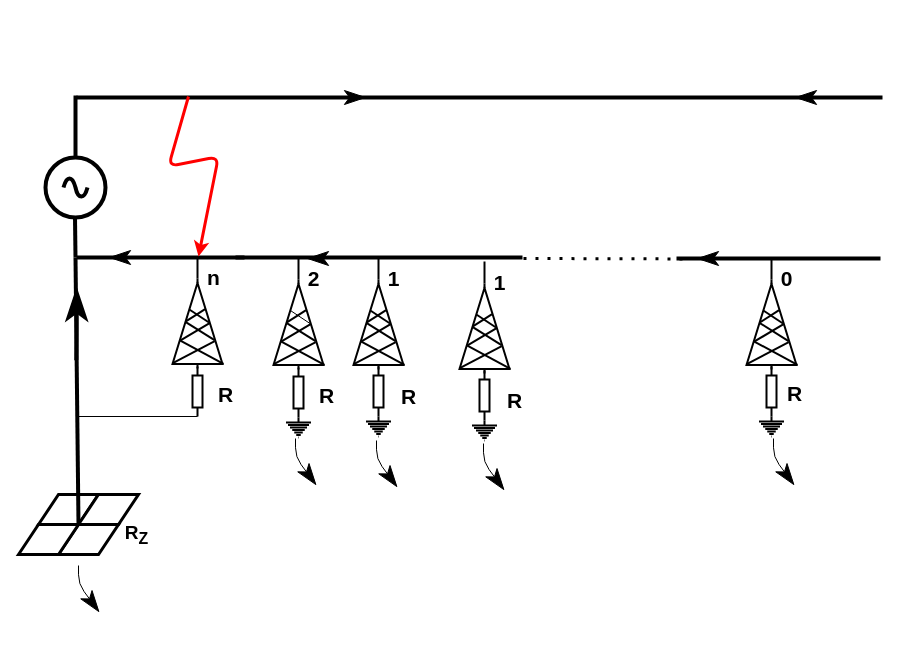
Before: 未命名绘图.drawio in larry989/test, a draw.io diagram. Source tidied: cells renumbered, new cells numbered last; positions are measured from the earlier drawing's top-left corner, leaving out a move shared by most shapes. Both pictures are drawn from the tidied source at 100%, with x=0, y=0 at pixel (18, 56).
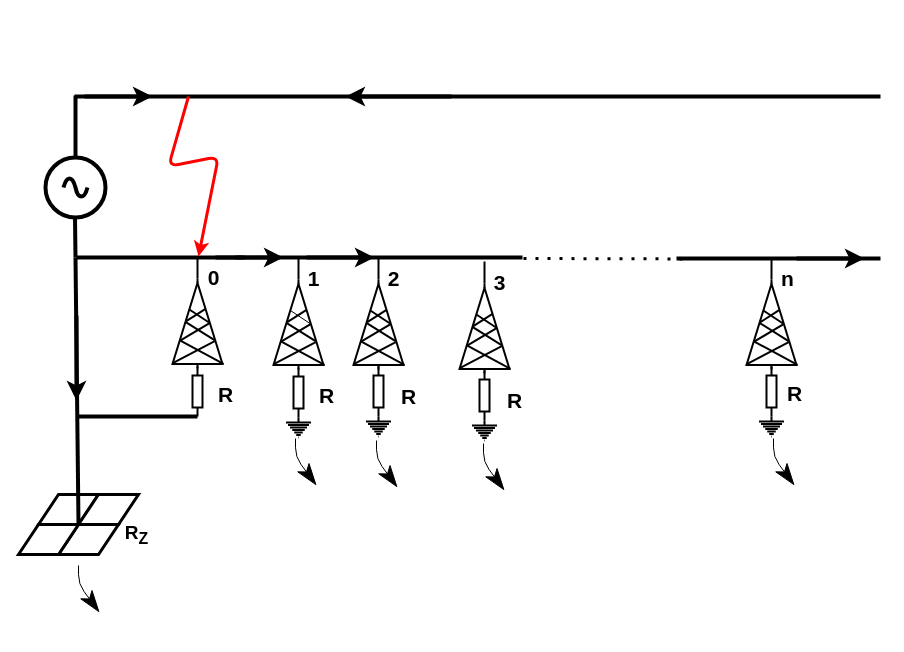
Above is the later version.

Commit message:
Update 未命名绘图1.drawio

The change refers to these unchanged cells:
```xml
<mxCell id="70" style="verticalLabelPosition=bottom;shadow=0;dashed=0;align=center;html=1;verticalAlign=top;shape=mxgraph.electrical.resistors.resistor_1;rotation=90;direction=east;strokeWidth=2;" parent="1" vertex="1">
  <mxGeometry x="154" y="330" width="50" height="10" as="geometry" />
</mxCell>
```

The edit, as a diff of the source:
```diff
@@
     <mxCell id="3" style="endArrow=none;html=1;strokeWidth=4;" parent="1" edge="1">
-      <mxGeometry x="249" y="1" as="geometry">
-        <mxPoint x="58" y="41" as="sourcePoint" />
-        <mxPoint x="864" y="41" as="targetPoint" />
+      <mxGeometry x="247" as="geometry">
+        <mxPoint x="56" y="40" as="sourcePoint" />
+        <mxPoint x="862" y="40" as="targetPoint" />
       </mxGeometry>
     </mxCell>
@@
-    <mxCell id="9" style="endArrow=classicThin;html=1;strokeWidth=1;endSize=20;" parent="1" edge="1">
-      <mxGeometry x="390" y="1" as="geometry">
-        <mxPoint x="298" y="41" as="sourcePoint" />
-        <mxPoint x="348" y="41" as="targetPoint" />
-        <Array as="points">
-          <mxPoint x="308" y="41" />
-        </Array>
-      </mxGeometry>
-    </mxCell>
-    <mxCell id="10" style="endArrow=classicThin;html=1;strokeWidth=1;endSize=20;" parent="1" edge="1">
-      <mxGeometry x="728" y="1" as="geometry">
-        <mxPoint x="806" y="41" as="sourcePoint" />
-        <mxPoint x="776" y="41" as="targetPoint" />
-        <Array as="points">
-          <mxPoint x="846" y="41" />
-        </Array>
-      </mxGeometry>
-    </mxCell>
@@
-    <mxCell id="52" value="&lt;font style=&quot;font-size: 21px&quot;&gt;&lt;b&gt;2&lt;/b&gt;&lt;/font&gt;" style="text;html=1;align=center;verticalAlign=middle;strokeColor=none;direction=east;perimeterSpacing=2;" parent="1" vertex="1">
+    <mxCell id="52" value="&lt;font style=&quot;font-size: 21px&quot;&gt;&lt;b&gt;1&lt;/b&gt;&lt;/font&gt;" style="text;html=1;align=center;verticalAlign=middle;strokeColor=none;direction=east;perimeterSpacing=2;" parent="1" vertex="1">
       <mxGeometry x="284" y="211" width="22" height="21" as="geometry" />
     </mxCell>
-    <mxCell id="53" value="&lt;font&gt;&lt;font style=&quot;font-size: 21px&quot;&gt;&lt;b&gt;1&lt;/b&gt;&lt;/font&gt;&lt;br&gt;&lt;/font&gt;" style="text;html=1;align=center;verticalAlign=middle;strokeColor=none;direction=east;" parent="1" vertex="1">
+    <mxCell id="53" value="&lt;font&gt;&lt;font style=&quot;font-size: 21px&quot;&gt;&lt;b&gt;2&lt;/b&gt;&lt;/font&gt;&lt;br&gt;&lt;/font&gt;" style="text;html=1;align=center;verticalAlign=middle;strokeColor=none;direction=east;" parent="1" vertex="1">
       <mxGeometry x="364" y="211" width="22" height="21" as="geometry" />
     </mxCell>
-    <mxCell id="54" value="&lt;font style=&quot;font-size: 21px&quot;&gt;&lt;b&gt;0&lt;/b&gt;&lt;/font&gt;" style="text;html=1;align=center;verticalAlign=middle;strokeColor=none;direction=east;" parent="1" vertex="1">
-      <mxGeometry x="757" y="211" width="22" height="21" as="geometry" />
+    <mxCell id="54" value="&lt;span style=&quot;font-size: 21px&quot;&gt;&lt;b&gt;n&lt;/b&gt;&lt;/span&gt;" style="text;html=1;align=center;verticalAlign=middle;strokeColor=none;direction=east;" parent="1" vertex="1">
+      <mxGeometry x="757" y="211" width="23" height="21" as="geometry" />
     </mxCell>
@@
-    <mxCell id="71" value="&lt;font size=&quot;1&quot;&gt;&lt;b style=&quot;font-size: 21px&quot;&gt;n&lt;/b&gt;&lt;/font&gt;" style="text;html=1;align=center;verticalAlign=middle;strokeColor=none;direction=east;strokeWidth=4;perimeterSpacing=5;" parent="1" vertex="1">
-      <mxGeometry x="183" y="210" width="23" height="21" as="geometry" />
+    <mxCell id="71" value="&lt;span style=&quot;font-size: 21px&quot;&gt;&lt;b&gt;0&lt;/b&gt;&lt;/span&gt;" style="text;html=1;align=center;verticalAlign=middle;strokeColor=none;direction=east;strokeWidth=4;perimeterSpacing=5;" parent="1" vertex="1">
+      <mxGeometry x="184" y="210" width="22" height="21" as="geometry" />
     </mxCell>
@@
-    <mxCell id="74" style="endArrow=classicThin;html=1;strokeWidth=1;endSize=20;" parent="1" edge="1">
-      <mxGeometry x="42" y="161" as="geometry">
-        <mxPoint x="120" y="201" as="sourcePoint" />
-        <mxPoint x="90" y="201" as="targetPoint" />
-        <Array as="points">
-          <mxPoint x="160" y="201" />
-        </Array>
-      </mxGeometry>
-    </mxCell>
-    <mxCell id="75" style="endArrow=classicThin;html=1;strokeWidth=1;endSize=20;" parent="1" edge="1">
-      <mxGeometry x="240" y="162" as="geometry">
-        <mxPoint x="318" y="202" as="sourcePoint" />
-        <mxPoint x="288" y="202" as="targetPoint" />
-        <Array as="points">
-          <mxPoint x="358" y="202" />
-        </Array>
-      </mxGeometry>
-    </mxCell>
-    <mxCell id="76" style="endArrow=classicThin;html=1;strokeWidth=1;endSize=20;" parent="1" edge="1">
-      <mxGeometry x="630" y="162" as="geometry">
-        <mxPoint x="708" y="202" as="sourcePoint" />
-        <mxPoint x="678" y="202" as="targetPoint" />
-        <Array as="points">
-          <mxPoint x="748" y="202" />
-        </Array>
-      </mxGeometry>
-    </mxCell>
-    <mxCell id="77" style="endArrow=classicThin;html=1;strokeWidth=4;endSize=20;" parent="1" edge="1">
-      <mxGeometry x="10.2" y="192.2" as="geometry">
-        <mxPoint x="57.8" y="303.8" as="sourcePoint" />
-        <mxPoint x="58.2" y="232.2" as="targetPoint" />
-        <Array as="points">
-          <mxPoint x="58.2" y="274.2" />
-        </Array>
-      </mxGeometry>
-    </mxCell>
-    <mxCell id="78" style="endArrow=none;html=1;exitX=1;exitY=0.5;exitDx=0;exitDy=0;exitPerimeter=0;" parent="1" edge="1" source="70">
+    <mxCell id="78" style="endArrow=none;html=1;exitX=1;exitY=0.5;exitDx=0;exitDy=0;exitPerimeter=0;endSize=7;jumpSize=6;strokeWidth=4;" parent="1" edge="1" source="70">
       <mxGeometry relative="1" as="geometry">
         <mxPoint x="58" y="360" as="targetPoint" />
       </mxGeometry>
     </mxCell>
@@
-    <mxCell id="91" value="&lt;font&gt;&lt;font style=&quot;font-size: 21px&quot;&gt;&lt;b&gt;1&lt;/b&gt;&lt;/font&gt;&lt;br&gt;&lt;/font&gt;" style="text;html=1;align=center;verticalAlign=middle;strokeColor=none;direction=east;" parent="1" vertex="1">
+    <mxCell id="91" value="&lt;font&gt;&lt;font style=&quot;font-size: 21px&quot;&gt;&lt;b&gt;3&lt;/b&gt;&lt;/font&gt;&lt;br&gt;&lt;/font&gt;" style="text;html=1;align=center;verticalAlign=middle;strokeColor=none;direction=east;" parent="1" vertex="1">
       <mxGeometry x="470" y="215" width="22" height="21" as="geometry" />
     </mxCell>
@@
+    <mxCell id="99" style="endArrow=classic;html=1;endSize=7;strokeWidth=4;" parent="1" edge="1">
+      <mxGeometry relative="1" as="geometry">
+        <mxPoint x="66" y="40" as="sourcePoint" />
+        <mxPoint x="134" y="40" as="targetPoint" />
+      </mxGeometry>
+    </mxCell>
+    <mxCell id="100" style="endArrow=classic;html=1;endSize=7;strokeWidth=4;" parent="1" edge="1">
+      <mxGeometry relative="1" as="geometry">
+        <mxPoint x="197" y="201" as="sourcePoint" />
+        <mxPoint x="265" y="201" as="targetPoint" />
+      </mxGeometry>
+    </mxCell>
+    <mxCell id="101" style="endArrow=classic;html=1;endSize=7;strokeWidth=4;" parent="1" edge="1">
+      <mxGeometry relative="1" as="geometry">
+        <mxPoint x="288" y="201" as="sourcePoint" />
+        <mxPoint x="356" y="201" as="targetPoint" />
+      </mxGeometry>
+    </mxCell>
+    <mxCell id="102" style="endArrow=classic;html=1;endSize=7;strokeWidth=4;" parent="1" edge="1">
+      <mxGeometry relative="1" as="geometry">
+        <mxPoint x="778" y="202" as="sourcePoint" />
+        <mxPoint x="846" y="202" as="targetPoint" />
+      </mxGeometry>
+    </mxCell>
+    <mxCell id="103" style="endArrow=classic;html=1;endSize=7;strokeWidth=4;" parent="1" edge="1">
+      <mxGeometry relative="1" as="geometry">
+        <mxPoint x="58" y="259" as="sourcePoint" />
+        <mxPoint x="58" y="344" as="targetPoint" />
+      </mxGeometry>
+    </mxCell>
+    <mxCell id="104" style="endArrow=classic;html=1;endSize=7;strokeWidth=4;" parent="1" edge="1">
+      <mxGeometry relative="1" as="geometry">
+        <mxPoint x="433" y="40" as="sourcePoint" />
+        <mxPoint x="327" y="40" as="targetPoint" />
+        <Array as="points">
+          <mxPoint x="391" y="40" />
+        </Array>
+      </mxGeometry>
+    </mxCell>
```
